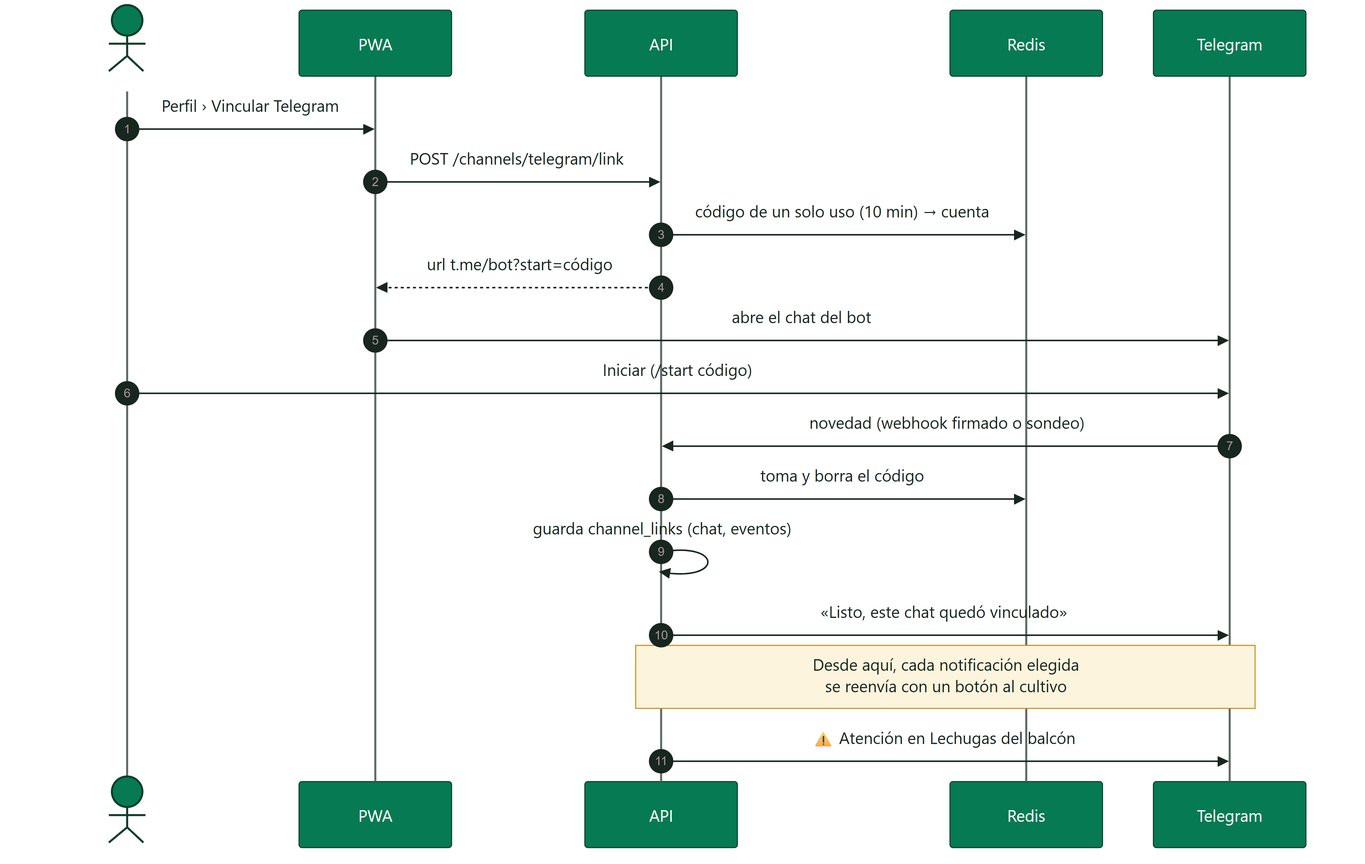
Above: docs/diagrams/SmartPot_14_Telegram_Sequence.png in SmartPotTech/.github (Mermaid), before the change. Its source is kept beside it as docs/diagrams/SmartPot_14_Telegram_Sequence.mmd.
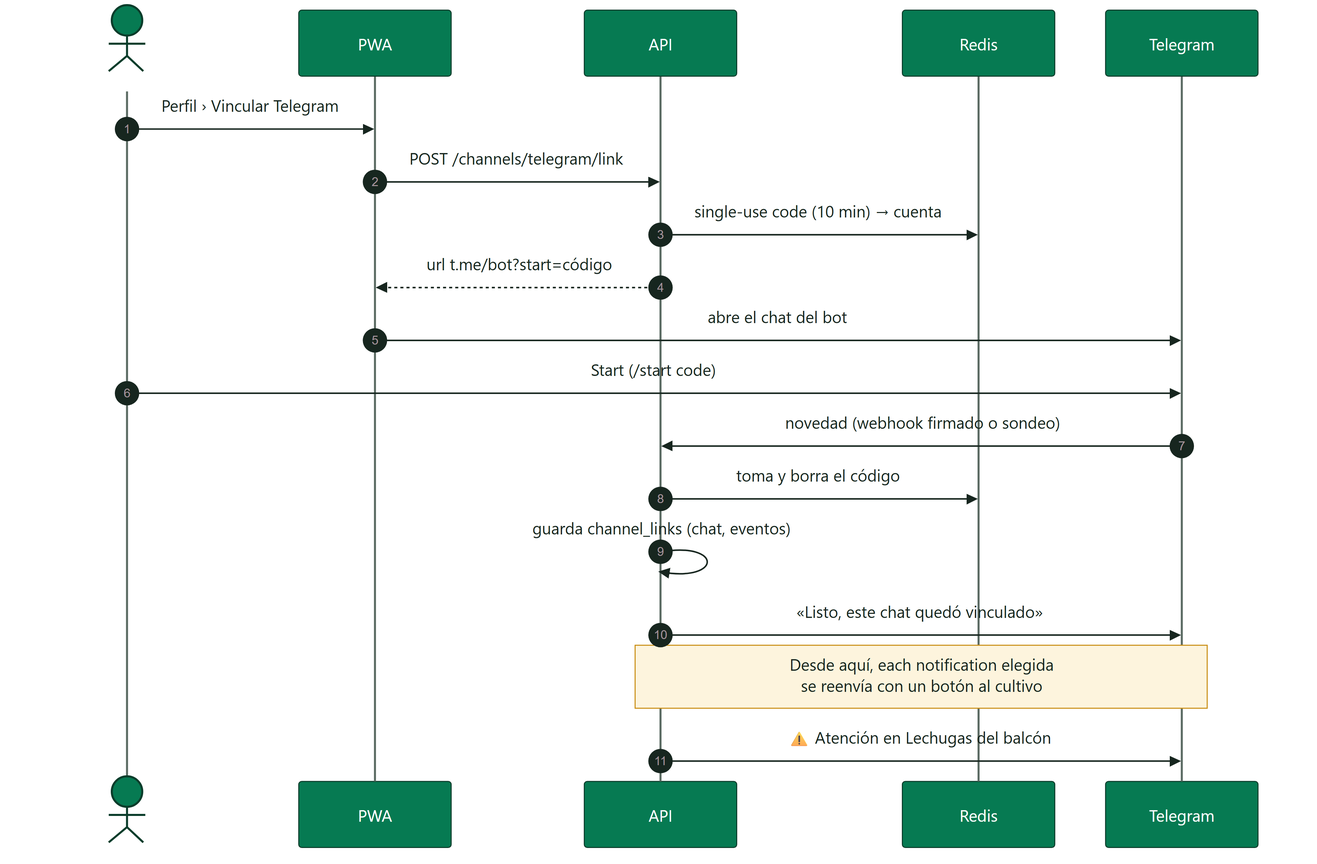
After the commit.

Diff of the diagram source:
```diff
@@ -8,13 +8,13 @@
   participant T as Telegram
   P->>W: Perfil › Vincular Telegram
   W->>A: POST /channels/telegram/link
-  A->>C: código de un solo uso (10 min) → cuenta
+  A->>C: single-use code (10 min) → cuenta
   A-->>W: url t.me/bot?start=código
   W->>T: abre el chat del bot
-  P->>T: Iniciar (/start código)
+  P->>T: Start (/start code)
   T->>A: novedad (webhook firmado o sondeo)
   A->>C: toma y borra el código
   A->>A: guarda channel_links (chat, eventos)
   A->>T: «Listo, este chat quedó vinculado»
-  Note over A,T: Desde aquí, cada notificación elegida<br/>se reenvía con un botón al cultivo
+  Note over A,T: Desde aquí, each notification elegida<br/>se reenvía con un botón al cultivo
   A->>T: ⚠️ Atención en Lechugas del balcón
```
